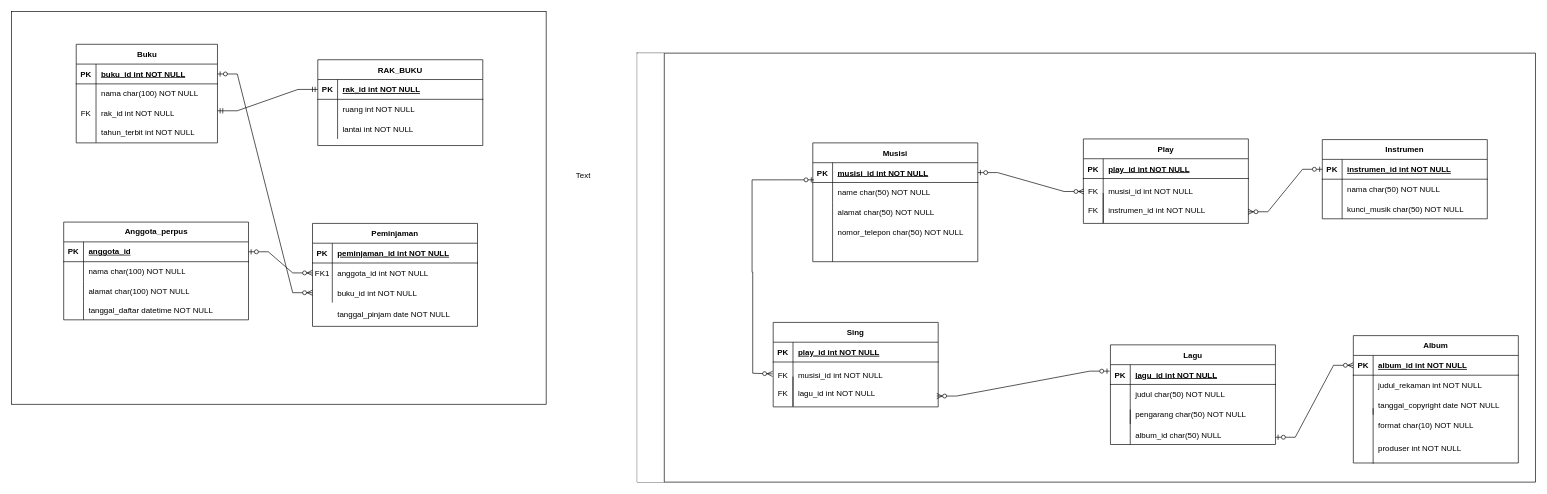
josephgreffenkomala/Basis-Data keeps this draw.io diagram as Untitled Diagram.drawio. Above is the earlier version. Source tidied: cells renumbered, new cells numbered last; positions are measured from the earlier drawing's top-left corner, leaving out a move shared by most shapes. Both pictures are drawn from the tidied source at 66%, with x=0, y=0 at pixel (11, 11).
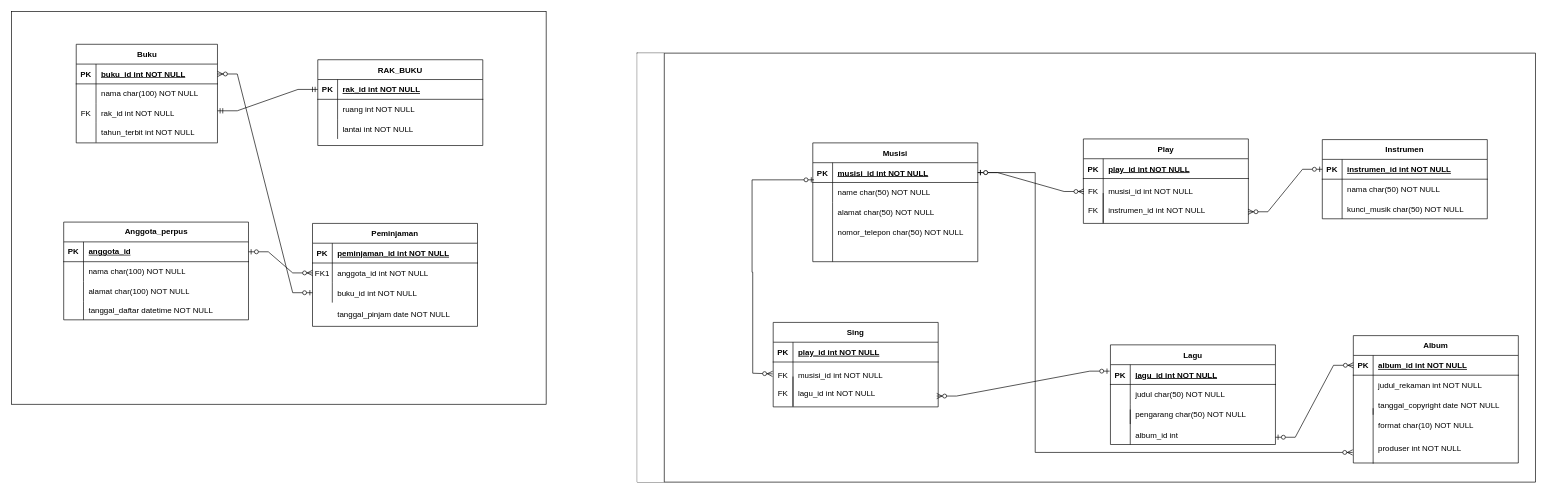
Above is the later version.

Unchanged cells that the change refers to:
```xml
<mxCell id="5" style="swimlane;swimlaneHead=0;swimlaneBody=0;fontStyle=0;startSize=0;" parent="4" vertex="1">
  <mxGeometry x="41" width="1320" height="650" as="geometry" />
</mxCell>
<mxCell id="58" style="shape=partialRectangle;fillColor=none;points=[[0,0.5],[1,0.5]];portConstraint=eastwest;top=0;left=0;right=0;bottom=0;" parent="51" vertex="1">
  <mxGeometry y="90" width="250" height="30" as="geometry" />
</mxCell>
<mxCell id="72" style="shape=partialRectangle;fillColor=none;points=[[0,0.5],[1,0.5]];portConstraint=eastwest;top=0;left=0;right=0;bottom=1;" parent="71" vertex="1">
  <mxGeometry y="30" width="250" height="30" as="geometry" />
</mxCell>
<mxCell id="108" style="shape=tableRow;horizontal=0;startSize=0;swimlaneHead=0;swimlaneBody=0;fillColor=none;points=[[0,0.5],[1,0.5]];portConstraint=eastwest;top=0;left=0;right=0;bottom=1;" parent="107" vertex="1">
  <mxGeometry y="30" width="214" height="30" as="geometry" />
</mxCell>
```

What changed in the source:
```diff
@@
-    <mxCell id="35" value="album_id char(50) NULL" style="shape=partialRectangle;overflow=hidden;fillColor=none;top=0;left=0;bottom=0;right=0;align=left;spacingLeft=6;" parent="5" vertex="1">
+    <mxCell id="35" value="album_id int " style="shape=partialRectangle;overflow=hidden;fillColor=none;top=0;left=0;bottom=0;right=0;align=left;spacingLeft=6;" parent="5" vertex="1">
       <mxGeometry x="706" y="563" width="220" height="30" as="geometry" />
     </mxCell>
@@
+    <mxCell id="123" style="edgeStyle=orthogonalEdgeStyle;fontSize=12;html=1;endArrow=ERzeroToMany;startArrow=ERzeroToOne;rounded=0;exitX=1;exitY=0.5;exitDx=0;exitDy=0;" parent="5" edge="1" source="72">
+      <mxGeometry relative="1" as="geometry">
+        <mxPoint x="1043" y="605" as="targetPoint" />
+        <Array as="points">
+          <mxPoint x="562" y="181" />
+          <mxPoint x="562" y="605" />
+        </Array>
+      </mxGeometry>
+    </mxCell>
@@
-    <mxCell id="121" style="edgeStyle=entityRelationEdgeStyle;fontSize=12;html=1;endArrow=ERzeroToMany;startArrow=ERzeroToOne;rounded=0;elbow=vertical;entryX=0;entryY=0.5;entryDx=0;entryDy=0;" parent="1" edge="1" source="108" target="58">
+    <mxCell id="121" style="edgeStyle=entityRelationEdgeStyle;fontSize=12;html=1;endArrow=ERzeroToMany;startArrow=ERzeroToOne;rounded=0;elbow=vertical;exitX=0;exitY=0.5;exitDx=0;exitDy=0;" parent="1" edge="1" source="58" target="108">
       <mxGeometry relative="1" as="geometry" />
     </mxCell>
-    <mxCell id="122" value="Text" style="text;html=1;align=center;verticalAlign=middle;strokeColor=none;fillColor=none;" parent="1" vertex="1">
-      <mxGeometry x="846" y="236" width="40" height="26" as="geometry" />
-    </mxCell>
```
